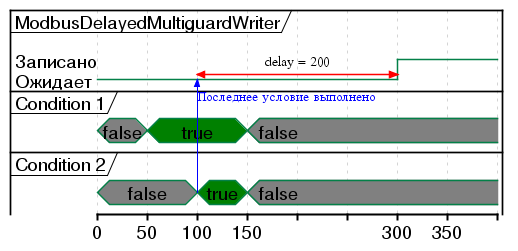
UlrichVonRekkenin/PhdLaTeX keeps this PlantUML diagram as Dissertation/images/modbus_delayed_multiguarded_writer.png. Above is the earlier version.
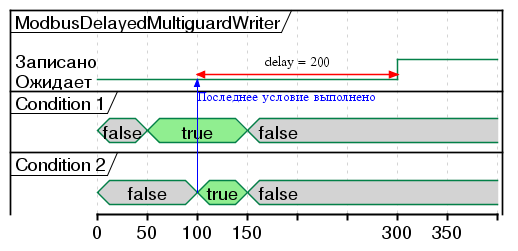
Later version of the same file.

What changed in the source:
```diff
@@ -14,14 +14,14 @@
 concise "Condition 2" as cond2
 
 @cond1
-0 is false #Gray
-50 is true #Green
-150 is false #Gray
+0 is false #LightGray
+50 is true #LightGreen
+150 is false #LightGray
 
 @cond2
-0 is false #Gray
-100 is true #Green
-150 is false #Gray
+0 is false #LightGray
+100 is true #LightGreen
+150 is false #LightGray
 
 @guard
 0 is Ожидает
```
